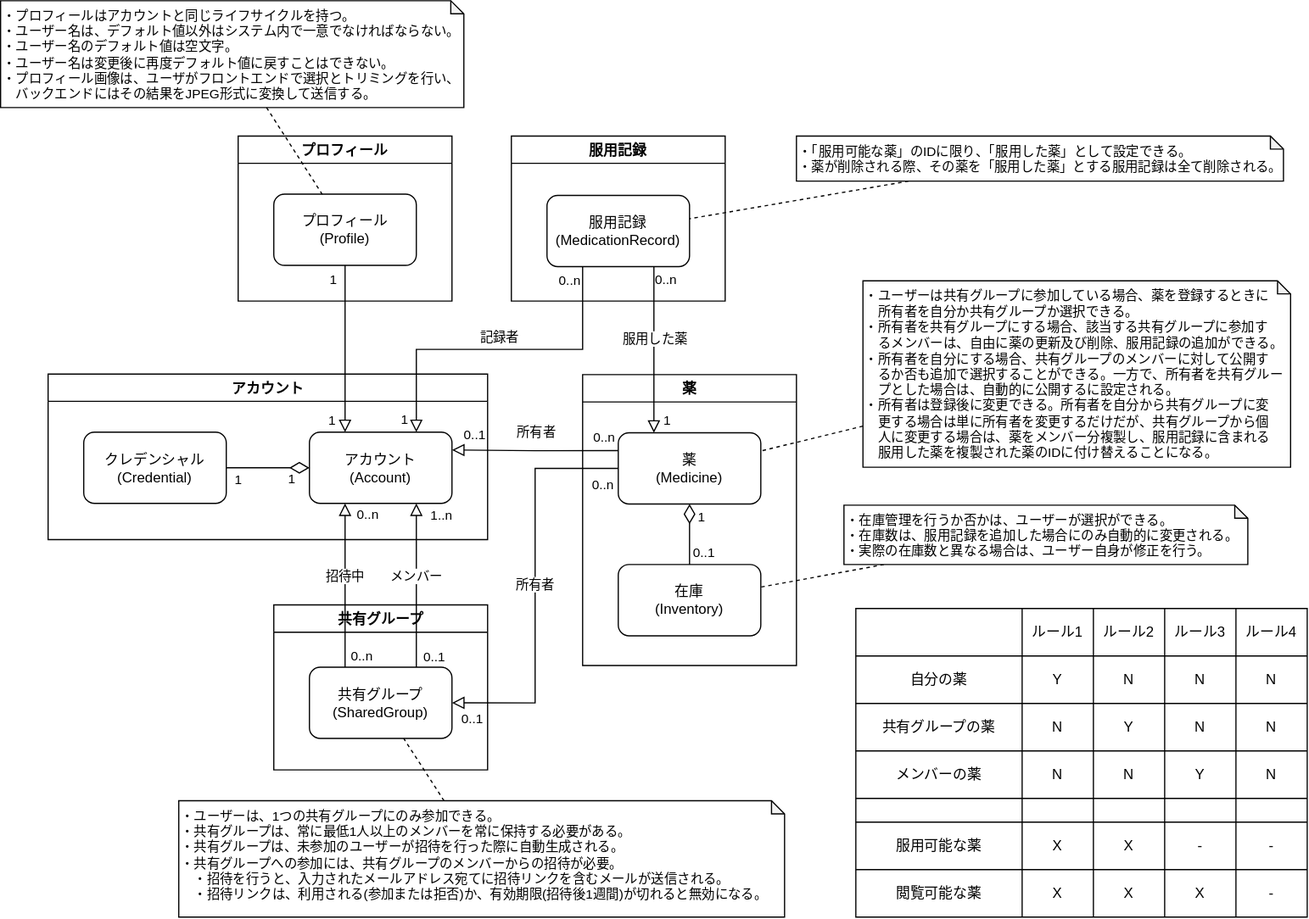
Before: docs/domain-model.svg, a diagram exported from draw.io (hiroe-mkk/medicine-diary-webapp). Source tidied: cells renumbered, new cells last; positions are measured from the earlier drawing's top-left corner, leaving out a move shared by most shapes.
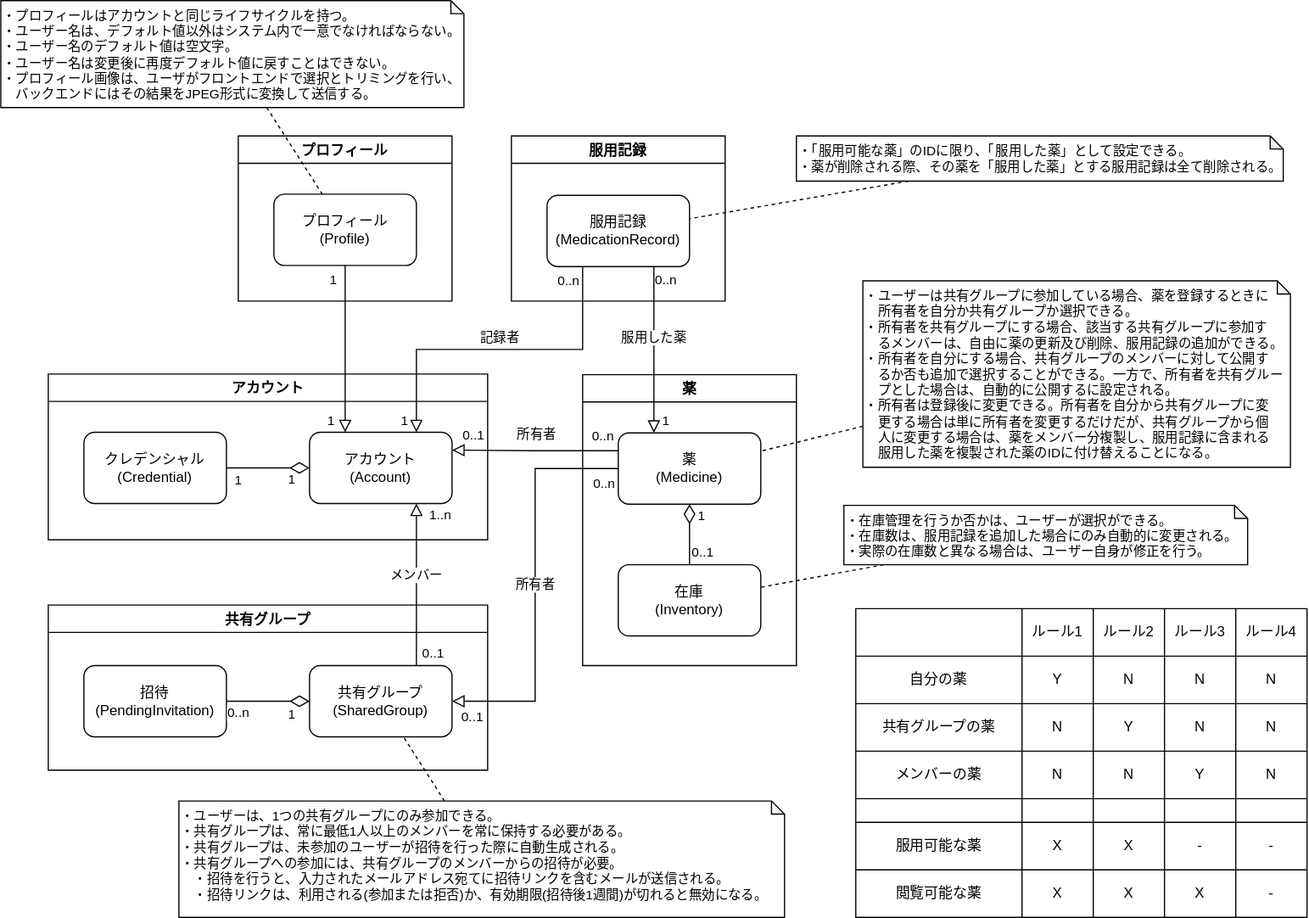
The same file after the commit.

Change to the diagram source:
```diff
@@ -113,26 +113,22 @@
       <mxGeometry x="670" y="114" width="410" height="38" as="geometry" />
     </mxCell>
     <mxCell id="32" value="共有グループ" style="swimlane;" parent="1" vertex="1">
-      <mxGeometry x="230" y="509" width="180" height="139" as="geometry" />
+      <mxGeometry x="40" y="509" width="370" height="139" as="geometry" />
     </mxCell>
     <mxCell id="33" value="共有グループ&lt;br&gt;(SharedGroup)" style="rounded=1;whiteSpace=wrap;html=1;" parent="32" vertex="1">
-      <mxGeometry x="30" y="52.5" width="120" height="60" as="geometry" />
+      <mxGeometry x="220" y="51" width="120" height="60" as="geometry" />
     </mxCell>
-    <mxCell id="34" value="招待中" style="edgeStyle=orthogonalEdgeStyle;rounded=0;jettySize=auto;html=1;labelBackgroundColor=default;endFill=0;endArrow=block;endSize=8;startFill=0;startSize=14;entryX=0.25;entryY=1;entryDx=0;entryDy=0;exitX=0.25;exitY=0;exitDx=0;exitDy=0;" parent="1" edge="1" source="33" target="6">
-      <mxGeometry x="0.12" relative="1" as="geometry">
-        <mxPoint y="1" as="offset" />
-      </mxGeometry>
-    </mxCell>
-    <mxCell id="35" value="0..n" style="edgeLabel;html=1;align=center;verticalAlign=middle;" parent="34" vertex="1">
-      <mxGeometry x="-0.83" y="-1" relative="1" as="geometry">
-        <mxPoint x="12" y="2" as="offset" />
-      </mxGeometry>
-    </mxCell>
-    <mxCell id="36" value="0..n" style="edgeLabel;html=1;align=center;verticalAlign=middle;" parent="34" vertex="1">
-      <mxGeometry x="0.92" relative="1" as="geometry">
-        <mxPoint x="18" y="3" as="offset" />
-      </mxGeometry>
-    </mxCell>
+    <mxCell id="91" value="招待&lt;br&gt;(PendingInvitation)" style="rounded=1;whiteSpace=wrap;html=1;" parent="32" vertex="1">
+      <mxGeometry x="30" y="51" width="120" height="60" as="geometry" />
+    </mxCell>
+    <mxCell id="92" value="0..n" style="rounded=0;jettySize=auto;html=1;endFill=0;endArrow=none;endSize=8;startFill=0;startArrow=diamondThin;startSize=14;" parent="32" edge="1" source="33" target="91">
+      <mxGeometry x="0.71" y="10" relative="1" as="geometry" />
+    </mxCell>
+    <mxCell id="93" value="1" style="edgeLabel;html=1;align=center;verticalAlign=middle;" parent="92" vertex="1">
+      <mxGeometry x="-0.4" relative="1" as="geometry">
+        <mxPoint x="6" y="11" as="offset" />
+      </mxGeometry>
+    </mxCell>
     <mxCell id="37" style="rounded=0;jettySize=auto;html=1;dashed=1;endFill=0;endArrow=none;endSize=8;startFill=0;startSize=14;" parent="1" edge="1" source="38" target="33">
       <mxGeometry relative="1" as="geometry" />
     </mxCell>
```
